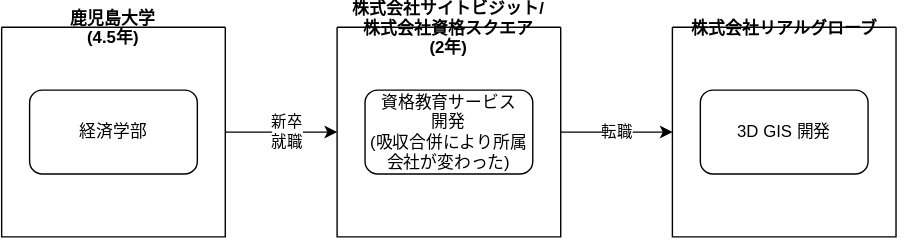
Earlier version of the draw.io export images/20240430-history.drawio.svg (kijimaD/roam). Source tidied: cells renumbered, new cells last; positions are measured from the earlier drawing's top-left corner, leaving out a move shared by most shapes.
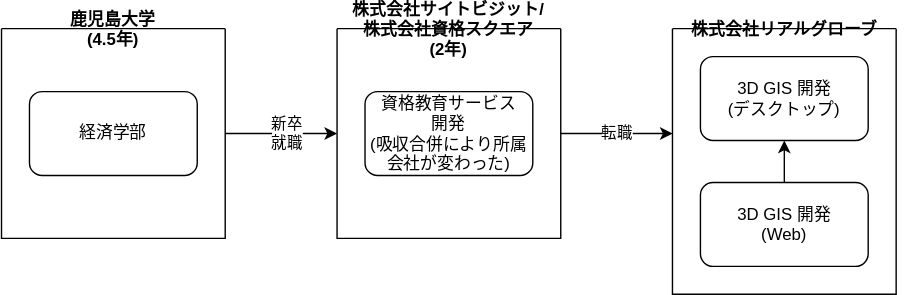
After the change.

Change to the diagram source:
```diff
@@ -26,11 +26,17 @@
       </mxGeometry>
     </mxCell>
     <mxCell id="7" value="株式会社リアルグローブ" style="swimlane;startSize=0;" parent="1" vertex="1">
-      <mxGeometry x="479.9" width="160" height="150" as="geometry" />
+      <mxGeometry x="479.9" width="160" height="190" as="geometry" />
     </mxCell>
-    <mxCell id="8" value="3D GIS 開発" style="rounded=1;whiteSpace=wrap;html=1;" parent="7" vertex="1">
-      <mxGeometry x="20" y="45" width="120" height="60" as="geometry" />
+    <mxCell id="8" value="3D GIS 開発&lt;br&gt;(デスクトップ)" style="rounded=1;whiteSpace=wrap;html=1;" parent="7" vertex="1">
+      <mxGeometry x="20" y="20" width="120" height="60" as="geometry" />
     </mxCell>
+    <mxCell id="13" style="edgeStyle=none;html=1;" parent="7" edge="1" source="14" target="8">
+      <mxGeometry relative="1" as="geometry" />
+    </mxCell>
+    <mxCell id="14" value="3D GIS 開発&lt;br&gt;(Web)" style="rounded=1;whiteSpace=wrap;html=1;" parent="7" vertex="1">
+      <mxGeometry x="20" y="110" width="120" height="60" as="geometry" />
+    </mxCell>
     <mxCell id="9" value="鹿児島大学&#10;(4.5年)" style="swimlane;startSize=0;" parent="1" vertex="1">
       <mxGeometry width="160" height="150" as="geometry" />
     </mxCell>
```
